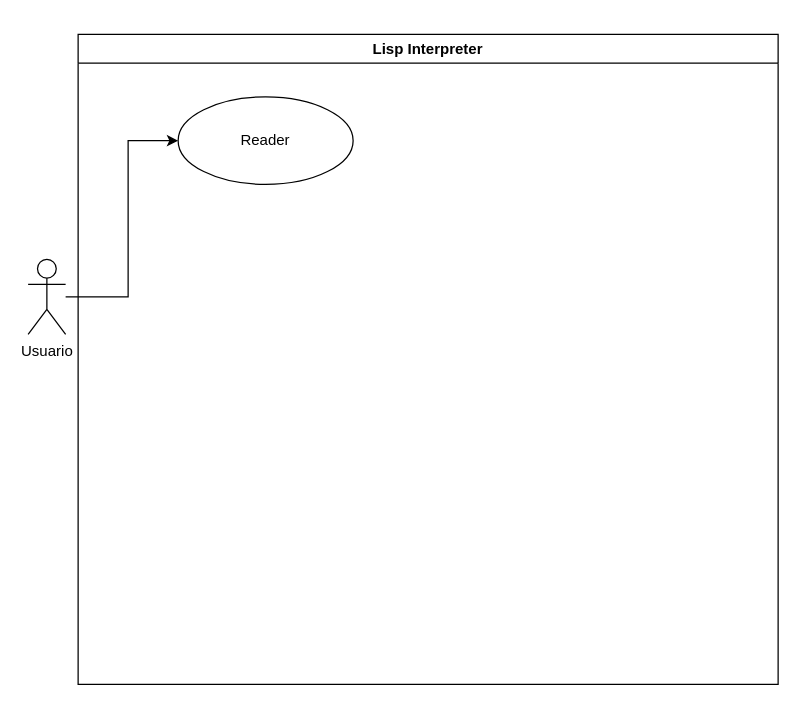
Before: Proyecto1/Fases/Fase2/Use Case.drawio in DiggsPapu/Proyect1_Lisp_Interpreter, a draw.io diagram. Source tidied: cells renumbered, new cells numbered last; positions are measured from the earlier drawing's top-left corner, leaving out a move shared by most shapes. Both pictures are drawn from the tidied source at 125%, with x=0, y=0 at pixel (28, 34).
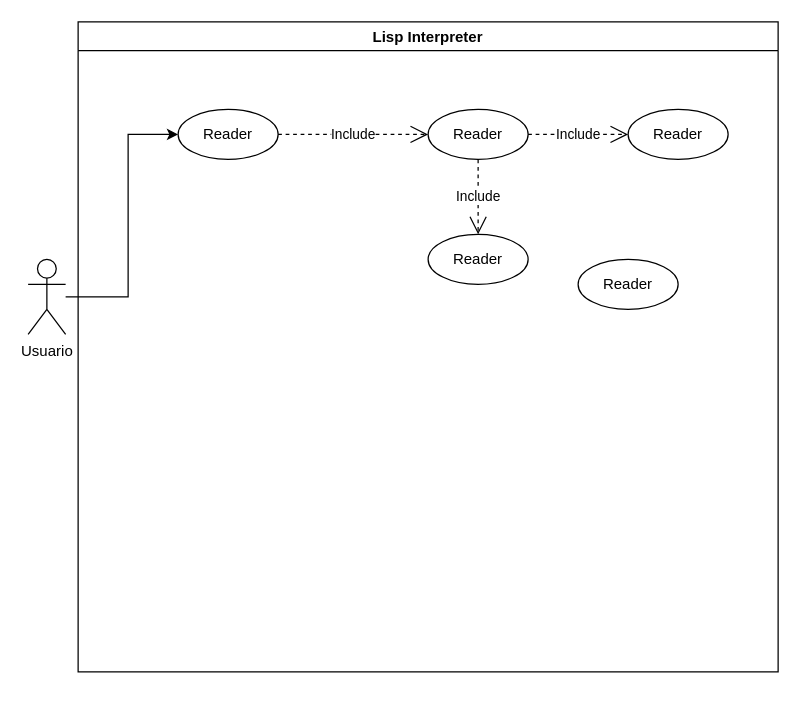
The same diagram, later.

Change to the diagram source:
```diff
@@
 <mxGraphModel>
   <root>
     <mxCell id="0" />
     <mxCell id="1" parent="0" />
     <mxCell id="2" style="edgeStyle=orthogonalEdgeStyle;rounded=0;jettySize=auto;html=1;entryX=0;entryY=0.5;entryDx=0;entryDy=0;" parent="1" edge="1" source="3" target="5">
       <mxGeometry relative="1" as="geometry">
         <Array as="points">
           <mxPoint x="80" y="210" />
-          <mxPoint x="80" y="85" />
+          <mxPoint x="80" y="80" />
         </Array>
       </mxGeometry>
     </mxCell>
     <mxCell id="3" value="Usuario" style="shape=umlActor;verticalLabelPosition=bottom;verticalAlign=top;html=1;outlineConnect=0;" parent="1" vertex="1">
       <mxGeometry y="180" width="30" height="60" as="geometry" />
     </mxCell>
     <mxCell id="4" value="Lisp Interpreter" style="swimlane;" parent="1" vertex="1">
-      <mxGeometry x="40" width="560" height="520" as="geometry" />
+      <mxGeometry x="40" y="-10" width="560" height="520" as="geometry" />
     </mxCell>
     <mxCell id="5" value="Reader" style="ellipse;whiteSpace=wrap;html=1;" parent="4" vertex="1">
-      <mxGeometry x="80" y="50" width="140" height="70" as="geometry" />
+      <mxGeometry x="80" y="70" width="80" height="40" as="geometry" />
     </mxCell>
+    <mxCell id="6" value="Reader" style="ellipse;whiteSpace=wrap;html=1;" parent="4" vertex="1">
+      <mxGeometry x="280" y="70" width="80" height="40" as="geometry" />
+    </mxCell>
+    <mxCell id="7" value="Include" style="endArrow=open;endSize=12;dashed=1;html=1;rounded=0;exitX=1;exitY=0.5;exitDx=0;exitDy=0;entryX=0;entryY=0.5;entryDx=0;entryDy=0;" parent="4" edge="1" source="5" target="6">
+      <mxGeometry relative="1" as="geometry" />
+    </mxCell>
+    <mxCell id="8" value="Reader" style="ellipse;whiteSpace=wrap;html=1;" parent="4" vertex="1">
+      <mxGeometry x="280" y="170" width="80" height="40" as="geometry" />
+    </mxCell>
+    <mxCell id="9" value="Reader" style="ellipse;whiteSpace=wrap;html=1;" parent="4" vertex="1">
+      <mxGeometry x="440" y="70" width="80" height="40" as="geometry" />
+    </mxCell>
+    <mxCell id="10" value="Reader" style="ellipse;whiteSpace=wrap;html=1;" parent="4" vertex="1">
+      <mxGeometry x="400" y="190" width="80" height="40" as="geometry" />
+    </mxCell>
+    <mxCell id="11" value="Include" style="endArrow=open;endSize=12;dashed=1;html=1;rounded=0;exitX=0.5;exitY=1;exitDx=0;exitDy=0;entryX=0.5;entryY=0;entryDx=0;entryDy=0;" parent="4" edge="1" source="6" target="8">
+      <mxGeometry relative="1" as="geometry" />
+    </mxCell>
+    <mxCell id="12" value="Include" style="endArrow=open;endSize=12;dashed=1;html=1;rounded=0;exitX=1;exitY=0.5;exitDx=0;exitDy=0;entryX=0;entryY=0.5;entryDx=0;entryDy=0;" parent="4" edge="1" source="6" target="9">
+      <mxGeometry relative="1" as="geometry" />
+    </mxCell>
   </root>
 </mxGraphModel>
```
